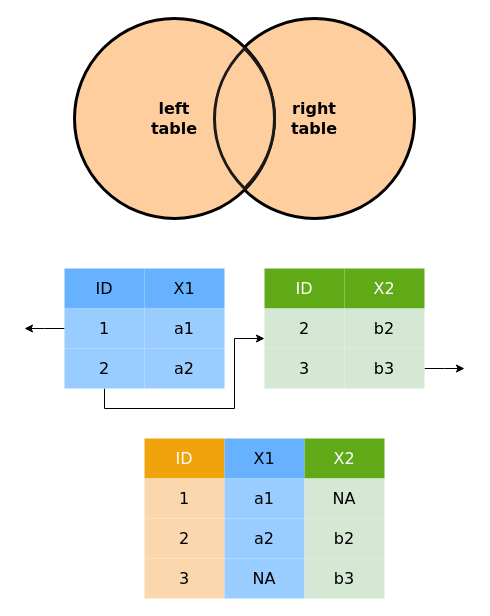
djourd1/trainR2022 keeps this draw.io diagram as assets/media/joins/innerjoins.drawio. Above is the earlier version. Source tidied: cells renumbered, new cells numbered last; positions are measured from the earlier drawing's top-left corner, leaving out a move shared by most shapes. Both pictures are drawn from the tidied source at 100%, with x=0, y=0 at pixel (24, 18).
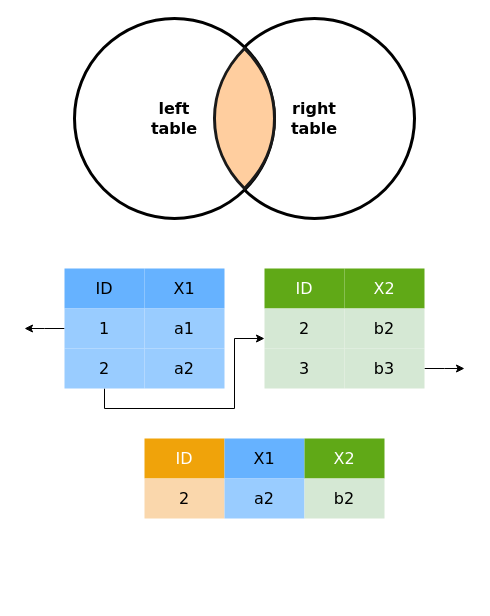
The same page after the edit.

The edit, as a diff of the source:
```diff
@@
-    <mxCell id="2" value="&lt;font style=&quot;font-size: 16px&quot; face=&quot;Verdana&quot;&gt;&lt;b&gt;right&lt;br&gt;table&lt;/b&gt;&lt;/font&gt;" style="ellipse;whiteSpace=wrap;html=1;strokeWidth=3;shadow=0;fillColor=#FFCE9F;" parent="1" vertex="1">
+    <mxCell id="2" value="&lt;font style=&quot;font-size: 16px&quot; face=&quot;Verdana&quot;&gt;&lt;b&gt;right&lt;br&gt;table&lt;/b&gt;&lt;/font&gt;" style="ellipse;whiteSpace=wrap;html=1;strokeWidth=3;shadow=0;fillColor=#FFFFFF;" parent="1" vertex="1">
       <mxGeometry x="190" width="200" height="200" as="geometry" />
     </mxCell>
-    <mxCell id="3" value="&lt;font style=&quot;font-size: 16px&quot; face=&quot;Verdana&quot;&gt;&lt;b&gt;left&lt;br&gt;table&lt;/b&gt;&lt;/font&gt;" style="ellipse;whiteSpace=wrap;html=1;strokeWidth=3;shadow=0;fillColor=#FFCE9F;" parent="1" vertex="1">
+    <mxCell id="3" value="&lt;font style=&quot;font-size: 16px&quot; face=&quot;Verdana&quot;&gt;&lt;b&gt;left&lt;br&gt;table&lt;/b&gt;&lt;/font&gt;" style="ellipse;whiteSpace=wrap;html=1;strokeWidth=3;shadow=0;fillColor=#FFFFFF;" parent="1" vertex="1">
       <mxGeometry x="50" width="200" height="200" as="geometry" />
     </mxCell>
@@
     <mxCell id="20" value="&lt;font face=&quot;Verdana&quot; style=&quot;font-size: 16px&quot;&gt;2&lt;/font&gt;" style="rounded=0;whiteSpace=wrap;html=1;shadow=0;strokeWidth=3;fillColor=#fad7ac;strokeColor=none;" parent="1" vertex="1">
-      <mxGeometry x="120" y="500" width="80" height="40" as="geometry" />
+      <mxGeometry x="120" y="460" width="80" height="40" as="geometry" />
     </mxCell>
@@
     <mxCell id="22" value="&lt;font face=&quot;Verdana&quot; style=&quot;font-size: 16px&quot;&gt;a2&lt;/font&gt;" style="rounded=0;whiteSpace=wrap;html=1;shadow=0;strokeWidth=3;fillColor=#99CCFF;strokeColor=none;" parent="1" vertex="1">
-      <mxGeometry x="200" y="500" width="80" height="40" as="geometry" />
+      <mxGeometry x="200" y="460" width="80" height="40" as="geometry" />
     </mxCell>
@@
     <mxCell id="24" value="&lt;font face=&quot;Verdana&quot; style=&quot;font-size: 16px&quot;&gt;b2&lt;/font&gt;" style="rounded=0;whiteSpace=wrap;html=1;shadow=0;strokeWidth=3;fillColor=#d5e8d4;strokeColor=none;" parent="1" vertex="1">
-      <mxGeometry x="280" y="500" width="80" height="40" as="geometry" />
+      <mxGeometry x="280" y="460" width="80" height="40" as="geometry" />
     </mxCell>
@@
-    <mxCell id="26" value="&lt;font face=&quot;Verdana&quot; style=&quot;font-size: 16px&quot;&gt;1&lt;/font&gt;" style="rounded=0;whiteSpace=wrap;html=1;shadow=0;strokeWidth=3;fillColor=#fad7ac;strokeColor=none;" parent="1" vertex="1">
-      <mxGeometry x="120" y="460" width="80" height="40" as="geometry" />
-    </mxCell>
-    <mxCell id="27" value="&lt;font face=&quot;Verdana&quot; style=&quot;font-size: 16px&quot;&gt;a1&lt;/font&gt;" style="rounded=0;whiteSpace=wrap;html=1;shadow=0;strokeWidth=3;fillColor=#99CCFF;strokeColor=none;" parent="1" vertex="1">
-      <mxGeometry x="200" y="460" width="80" height="40" as="geometry" />
-    </mxCell>
-    <mxCell id="28" value="&lt;font face=&quot;Verdana&quot; style=&quot;font-size: 16px&quot;&gt;NA&lt;/font&gt;" style="rounded=0;whiteSpace=wrap;html=1;shadow=0;strokeWidth=3;fillColor=#d5e8d4;strokeColor=none;" parent="1" vertex="1">
-      <mxGeometry x="280" y="460" width="80" height="40" as="geometry" />
-    </mxCell>
-    <mxCell id="29" value="&lt;font face=&quot;Verdana&quot; style=&quot;font-size: 16px&quot;&gt;3&lt;/font&gt;" style="rounded=0;whiteSpace=wrap;html=1;shadow=0;strokeWidth=3;fillColor=#fad7ac;strokeColor=none;" parent="1" vertex="1">
-      <mxGeometry x="120" y="540" width="80" height="40" as="geometry" />
-    </mxCell>
-    <mxCell id="30" value="&lt;font face=&quot;Verdana&quot;&gt;&lt;span style=&quot;font-size: 16px&quot;&gt;NA&lt;/span&gt;&lt;/font&gt;" style="rounded=0;whiteSpace=wrap;html=1;shadow=0;strokeWidth=3;fillColor=#99CCFF;strokeColor=none;" parent="1" vertex="1">
-      <mxGeometry x="200" y="540" width="80" height="40" as="geometry" />
-    </mxCell>
-    <mxCell id="31" value="&lt;font face=&quot;Verdana&quot; style=&quot;font-size: 16px&quot;&gt;b3&lt;/font&gt;" style="rounded=0;whiteSpace=wrap;html=1;shadow=0;strokeWidth=3;fillColor=#d5e8d4;strokeColor=none;" parent="1" vertex="1">
-      <mxGeometry x="280" y="540" width="80" height="40" as="geometry" />
-    </mxCell>
```
